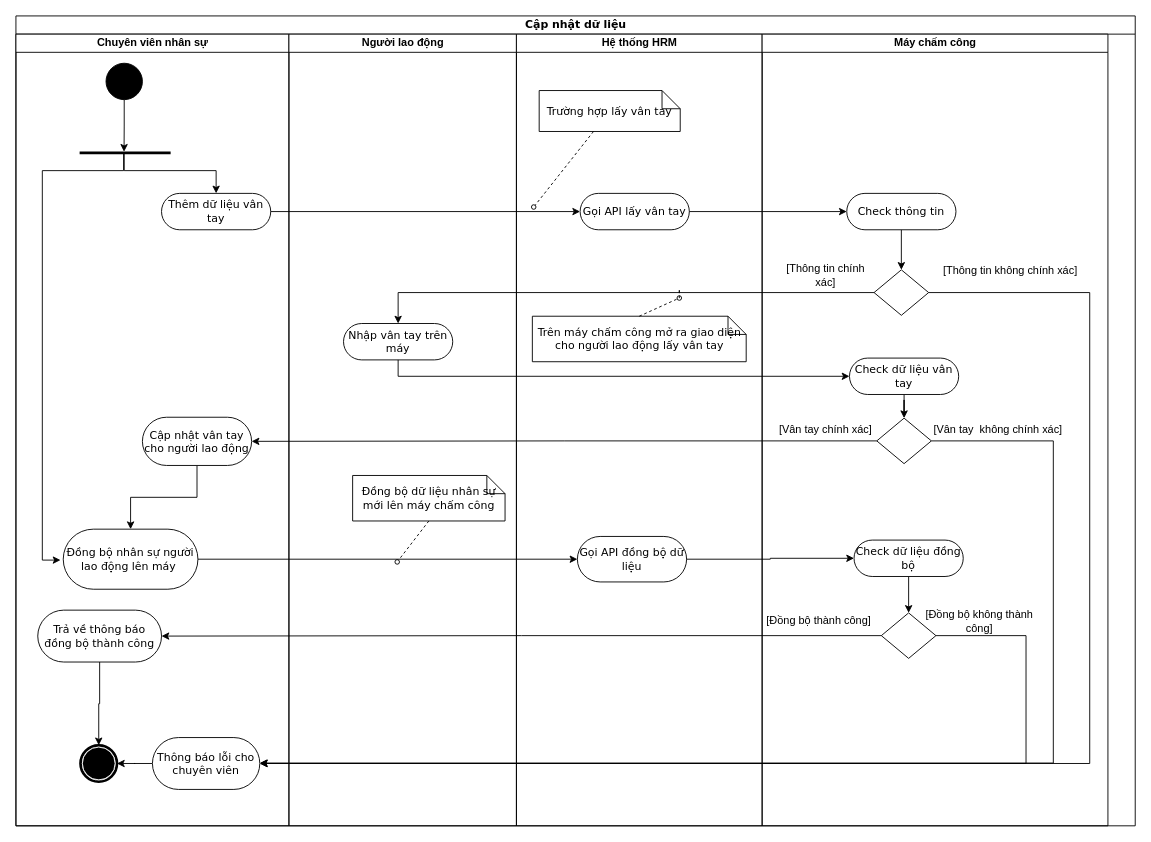
Above: page "Update" (2 of 3) of Untitled Diagram.drawio in dungnm8/temp_follow (draw.io), before the change. Source tidied: cells renumbered, new cells numbered last; positions are measured from the earlier drawing's top-left corner, leaving out a move shared by most shapes. Both pictures are drawn from the tidied source at 91%, with x=0, y=0 at pixel (15, 15).
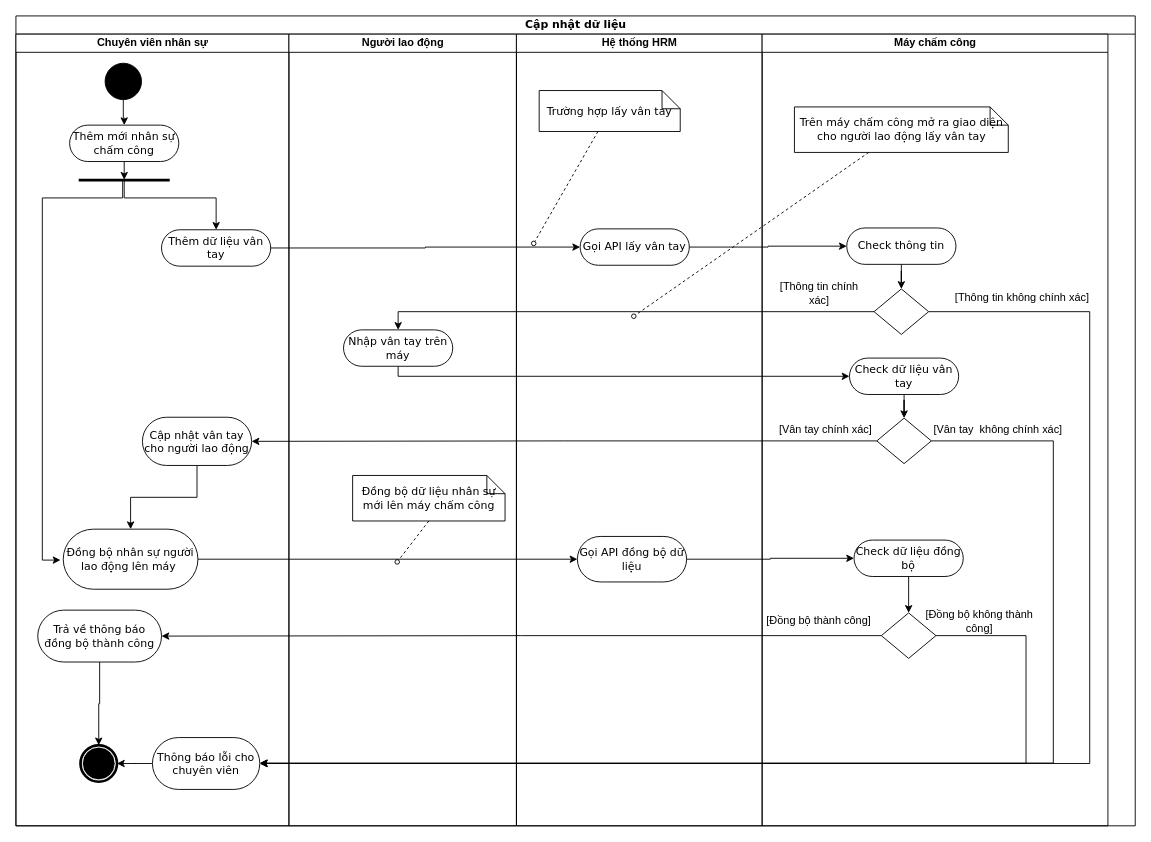
After the change.

The change refers to these unchanged cells:
```xml
<mxCell id="2" value="Cập nhật dữ liệu" style="swimlane;html=1;startSize=20;rounded=0;shadow=0;comic=0;labelBackgroundColor=none;strokeWidth=1;fontFamily=Verdana;fontSize=12;align=center;" parent="1" vertex="1">
  <mxGeometry width="1230" height="890" as="geometry" />
</mxCell>
<mxCell id="3" value="Chuyên viên nhân sự" style="swimlane;html=1;startSize=20;" parent="2" vertex="1">
  <mxGeometry y="20" width="300" height="870" as="geometry" />
</mxCell>
<mxCell id="14" value="Thông báo lỗi cho chuyên viên" style="rounded=1;whiteSpace=wrap;html=1;shadow=0;comic=0;labelBackgroundColor=none;strokeWidth=1;fontFamily=Verdana;fontSize=12;align=center;arcSize=50;" parent="3" vertex="1">
  <mxGeometry x="150" y="773" width="118" height="57" as="geometry" />
</mxCell>
<mxCell id="18" value="Người lao động" style="swimlane;html=1;startSize=20;" parent="2" vertex="1">
  <mxGeometry x="300" y="20" width="250" height="870" as="geometry" />
</mxCell>
<mxCell id="21" value="Hệ thống HRM" style="swimlane;html=1;startSize=20;" parent="2" vertex="1">
  <mxGeometry x="550" y="20" width="270" height="870" as="geometry" />
</mxCell>
<mxCell id="23" value="Trường hợp lấy vân tay" style="shape=note;whiteSpace=wrap;html=1;rounded=0;shadow=0;comic=0;labelBackgroundColor=none;strokeWidth=1;fontFamily=Verdana;fontSize=12;align=center;size=20;" parent="21" vertex="1">
  <mxGeometry x="25" y="62" width="155" height="45" as="geometry" />
</mxCell>
<mxCell id="33" value="Máy chấm công" style="swimlane;html=1;startSize=20;" parent="2" vertex="1">
  <mxGeometry x="820" y="20" width="380" height="870" as="geometry" />
</mxCell>
```

The edit, as a diff of the source:
```diff
@@
+    <mxCell id="56" style="edgeStyle=orthogonalEdgeStyle;rounded=0;jettySize=auto;html=1;entryX=0.5;entryY=0;entryDx=0;entryDy=0;labelBackgroundColor=none;labelBorderColor=none;" parent="3" edge="1" source="4" target="57">
+      <mxGeometry relative="1" as="geometry" />
+    </mxCell>
     <mxCell id="4" style="ellipse;whiteSpace=wrap;html=1;rounded=0;shadow=0;comic=0;labelBackgroundColor=none;strokeWidth=1;fillColor=#000000;fontFamily=Verdana;fontSize=12;align=center;" parent="3" vertex="1">
-      <mxGeometry x="99" y="32" width="40" height="40" as="geometry" />
+      <mxGeometry x="98" y="32" width="40" height="40" as="geometry" />
     </mxCell>
     <mxCell id="5" style="edgeStyle=orthogonalEdgeStyle;rounded=0;jettySize=auto;html=1;entryX=0.5;entryY=0;entryDx=0;entryDy=0;exitX=0.49;exitY=0;exitDx=0;exitDy=0;exitPerimeter=0;" parent="3" edge="1" source="16" target="6">
       <mxGeometry relative="1" as="geometry">
         <Array as="points">
-          <mxPoint x="119" y="150" />
-          <mxPoint x="220" y="150" />
+          <mxPoint x="119" y="180" />
+          <mxPoint x="220" y="180" />
         </Array>
       </mxGeometry>
     </mxCell>
     <mxCell id="6" value="Thêm dữ liệu vân tay" style="rounded=1;whiteSpace=wrap;html=1;shadow=0;comic=0;labelBackgroundColor=none;strokeWidth=1;fontFamily=Verdana;fontSize=12;align=center;arcSize=50;" parent="3" vertex="1">
-      <mxGeometry x="160" y="175" width="120" height="40" as="geometry" />
+      <mxGeometry x="160" y="215" width="120" height="40" as="geometry" />
     </mxCell>
@@
     <mxCell id="15" style="edgeStyle=orthogonalEdgeStyle;rounded=0;jettySize=auto;html=1;labelBackgroundColor=none;labelBorderColor=none;exitX=0.483;exitY=0.333;exitDx=0;exitDy=0;exitPerimeter=0;" parent="3" edge="1" source="16">
       <mxGeometry relative="1" as="geometry">
         <mxPoint x="49" y="578" as="targetPoint" />
         <Array as="points">
-          <mxPoint x="118" y="150" />
-          <mxPoint x="29" y="150" />
+          <mxPoint x="118" y="180" />
+          <mxPoint x="29" y="180" />
           <mxPoint x="29" y="578" />
         </Array>
       </mxGeometry>
     </mxCell>
     <mxCell id="16" style="line;strokeWidth=3;fillColor=none;align=left;verticalAlign=middle;spacingTop=-1;spacingLeft=3;spacingRight=3;labelPosition=right;points=[];portConstraint=eastwest;" parent="3" vertex="1">
-      <mxGeometry x="70" y="130" width="100" height="1" as="geometry" />
+      <mxGeometry x="69" y="160" width="100" height="1" as="geometry" />
     </mxCell>
-    <mxCell id="17" style="edgeStyle=orthogonalEdgeStyle;rounded=0;jettySize=auto;html=1;labelBackgroundColor=none;labelBorderColor=none;entryX=0.488;entryY=-0.722;entryDx=0;entryDy=0;entryPerimeter=0;" parent="3" edge="1" source="4" target="16">
-      <mxGeometry relative="1" as="geometry" />
-    </mxCell>
+    <mxCell id="57" value="Thêm mới nhân sự chấm công" style="rounded=1;whiteSpace=wrap;html=1;shadow=0;comic=0;labelBackgroundColor=none;strokeWidth=1;fontFamily=Verdana;fontSize=12;align=center;arcSize=50;" parent="3" vertex="1">
+      <mxGeometry x="59" y="100" width="120" height="40" as="geometry" />
+    </mxCell>
@@
     <mxCell id="19" value="Nhập vân tay trên máy" style="rounded=1;whiteSpace=wrap;html=1;shadow=0;comic=0;labelBackgroundColor=none;strokeWidth=1;fontFamily=Verdana;fontSize=12;align=center;arcSize=50;" parent="18" vertex="1">
-      <mxGeometry x="60" y="318" width="120" height="40" as="geometry" />
+      <mxGeometry x="60" y="325" width="120" height="40" as="geometry" />
     </mxCell>
@@
     <mxCell id="22" value="Gọi API lấy vân tay" style="rounded=1;whiteSpace=wrap;html=1;shadow=0;comic=0;labelBackgroundColor=none;strokeWidth=1;fontFamily=Verdana;fontSize=12;align=center;arcSize=50;" parent="21" vertex="1">
-      <mxGeometry x="70" y="175" width="120" height="40" as="geometry" />
+      <mxGeometry x="70" y="214" width="120" height="40" as="geometry" />
     </mxCell>
@@
-    <mxCell id="24" value="Trên máy chấm công mở ra giao diện cho người lao động lấy vân tay" style="shape=note;whiteSpace=wrap;html=1;rounded=0;shadow=0;comic=0;labelBackgroundColor=none;strokeWidth=1;fontFamily=Verdana;fontSize=12;align=center;size=20;" parent="21" vertex="1">
-      <mxGeometry x="17.5" y="310" width="235" height="50" as="geometry" />
-    </mxCell>
@@
     <mxCell id="35" value="Check thông tin" style="rounded=1;whiteSpace=wrap;html=1;shadow=0;comic=0;labelBackgroundColor=none;strokeWidth=1;fontFamily=Verdana;fontSize=12;align=center;arcSize=50;" parent="33" vertex="1">
-      <mxGeometry x="93" y="175" width="120" height="40" as="geometry" />
+      <mxGeometry x="93" y="213" width="120" height="40" as="geometry" />
     </mxCell>
     <mxCell id="36" style="rhombus;whiteSpace=wrap;html=1;" parent="33" vertex="1">
-      <mxGeometry x="123" y="259" width="60" height="50" as="geometry" />
+      <mxGeometry x="123" y="280" width="60" height="50" as="geometry" />
     </mxCell>
     <mxCell id="37" value="[Thông tin chính xác]" style="text;html=1;strokeColor=none;fillColor=none;align=center;verticalAlign=middle;whiteSpace=wrap;rounded=0;" parent="33" vertex="1">
-      <mxGeometry x="17" y="250" width="106" height="30" as="geometry" />
+      <mxGeometry x="9.5" y="270" width="106" height="30" as="geometry" />
     </mxCell>
     <mxCell id="38" value="[Thông tin không chính xác]" style="text;html=1;strokeColor=none;fillColor=none;align=center;verticalAlign=middle;whiteSpace=wrap;rounded=0;" parent="33" vertex="1">
-      <mxGeometry x="196" y="240" width="154" height="40" as="geometry" />
+      <mxGeometry x="209" y="270" width="154" height="40" as="geometry" />
     </mxCell>
@@
+    <mxCell id="24" value="Trên máy chấm công mở ra giao diện cho người lao động lấy vân tay" style="shape=note;whiteSpace=wrap;html=1;rounded=0;shadow=0;comic=0;labelBackgroundColor=none;strokeWidth=1;fontFamily=Verdana;fontSize=12;align=center;size=20;" parent="33" vertex="1">
+      <mxGeometry x="35.5" y="80" width="235" height="50" as="geometry" />
+    </mxCell>
@@
-    <mxCell id="52" style="edgeStyle=orthogonalEdgeStyle;rounded=0;jettySize=auto;html=1;entryX=1;entryY=0.5;entryDx=0;entryDy=0;" parent="2" edge="1" source="36" target="14">
+    <mxCell id="52" style="edgeStyle=orthogonalEdgeStyle;rounded=0;jettySize=auto;html=1;entryX=1;entryY=0.5;entryDx=0;entryDy=0;exitX=1;exitY=0.5;exitDx=0;exitDy=0;" parent="2" edge="1" source="36" target="14">
       <mxGeometry relative="1" as="geometry">
         <Array as="points">
-          <mxPoint x="1180" y="304" />
+          <mxPoint x="1180" y="325" />
           <mxPoint x="1180" y="822" />
         </Array>
       </mxGeometry>
     </mxCell>
     <mxCell id="53" style="edgeStyle=none;rounded=0;html=1;dashed=1;labelBackgroundColor=none;startArrow=none;startFill=0;startSize=5;endArrow=oval;endFill=0;endSize=5;jettySize=auto;strokeWidth=1;fontFamily=Verdana;fontSize=12;" parent="1" edge="1" source="23">
       <mxGeometry relative="1" as="geometry">
-        <mxPoint x="569" y="210" as="targetPoint" />
+        <mxPoint x="569" y="250" as="targetPoint" />
       </mxGeometry>
     </mxCell>
-    <mxCell id="54" style="edgeStyle=none;rounded=0;html=1;dashed=1;labelBackgroundColor=none;startArrow=none;startFill=0;startSize=5;endArrow=oval;endFill=0;endSize=5;jettySize=auto;strokeWidth=1;fontFamily=Verdana;fontSize=12;exitX=0.5;exitY=0;exitDx=0;exitDy=0;exitPerimeter=0;" parent="1" edge="1" source="24">
-      <mxGeometry relative="1" as="geometry">
-        <mxPoint x="729" y="310" as="targetPoint" />
-        <Array as="points">
-          <mxPoint x="729" y="310" />
-          <mxPoint x="729" y="300" />
-        </Array>
-      </mxGeometry>
-    </mxCell>
@@
+    <mxCell id="58" style="edgeStyle=none;rounded=0;html=1;dashed=1;labelBackgroundColor=none;startArrow=none;startFill=0;startSize=5;endArrow=oval;endFill=0;endSize=5;jettySize=auto;strokeWidth=1;fontFamily=Verdana;fontSize=12;" parent="1" edge="1" source="24">
+      <mxGeometry relative="1" as="geometry">
+        <mxPoint x="679" y="330" as="targetPoint" />
+      </mxGeometry>
+    </mxCell>
+    <mxCell id="59" style="edgeStyle=orthogonalEdgeStyle;rounded=0;jettySize=auto;html=1;labelBackgroundColor=none;labelBorderColor=none;" parent="1" edge="1" source="57">
+      <mxGeometry relative="1" as="geometry">
+        <mxPoint x="119" y="180" as="targetPoint" />
+      </mxGeometry>
+    </mxCell>
```
